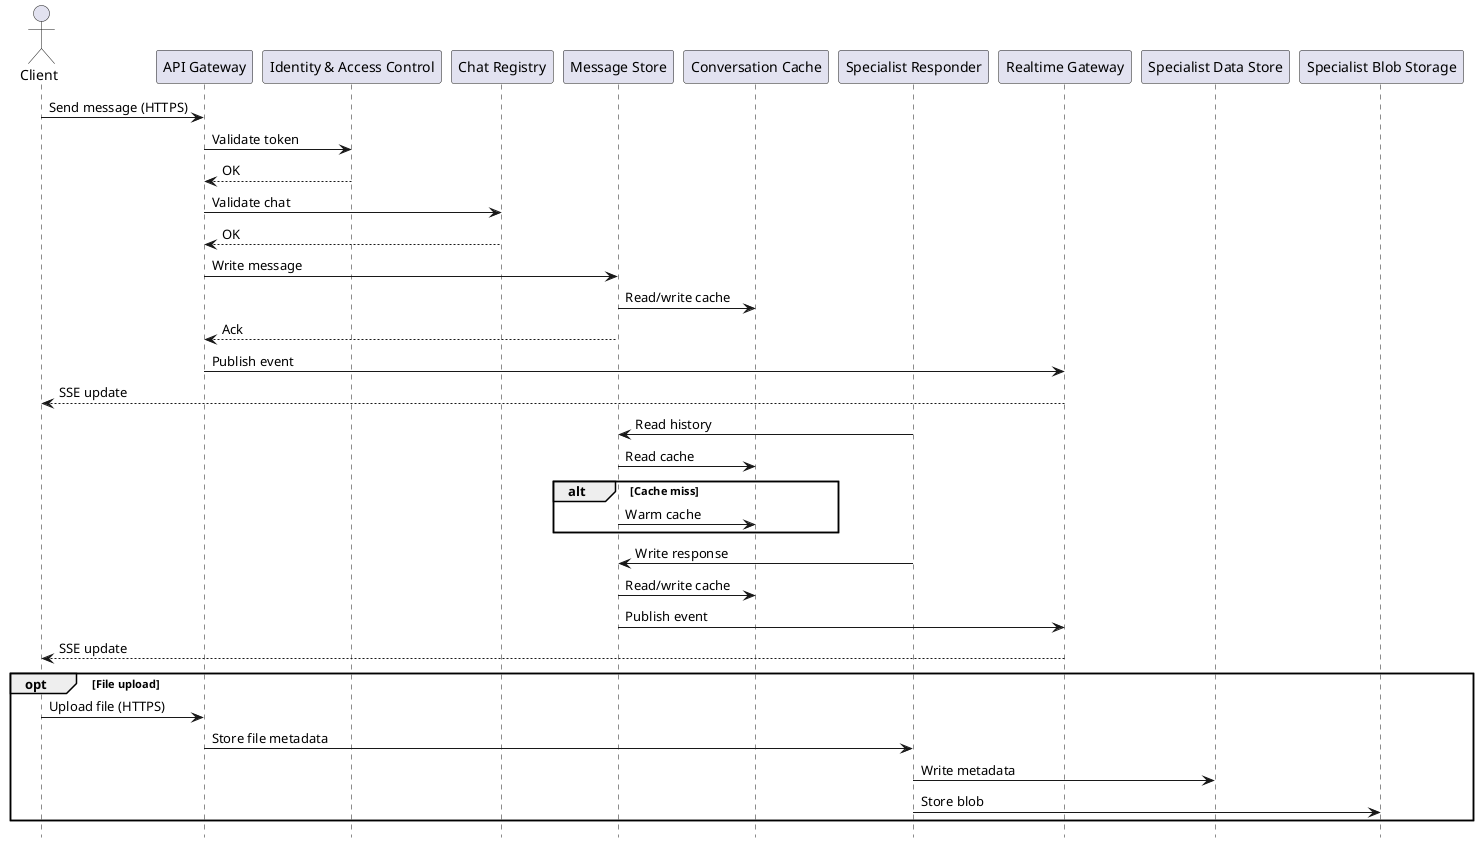
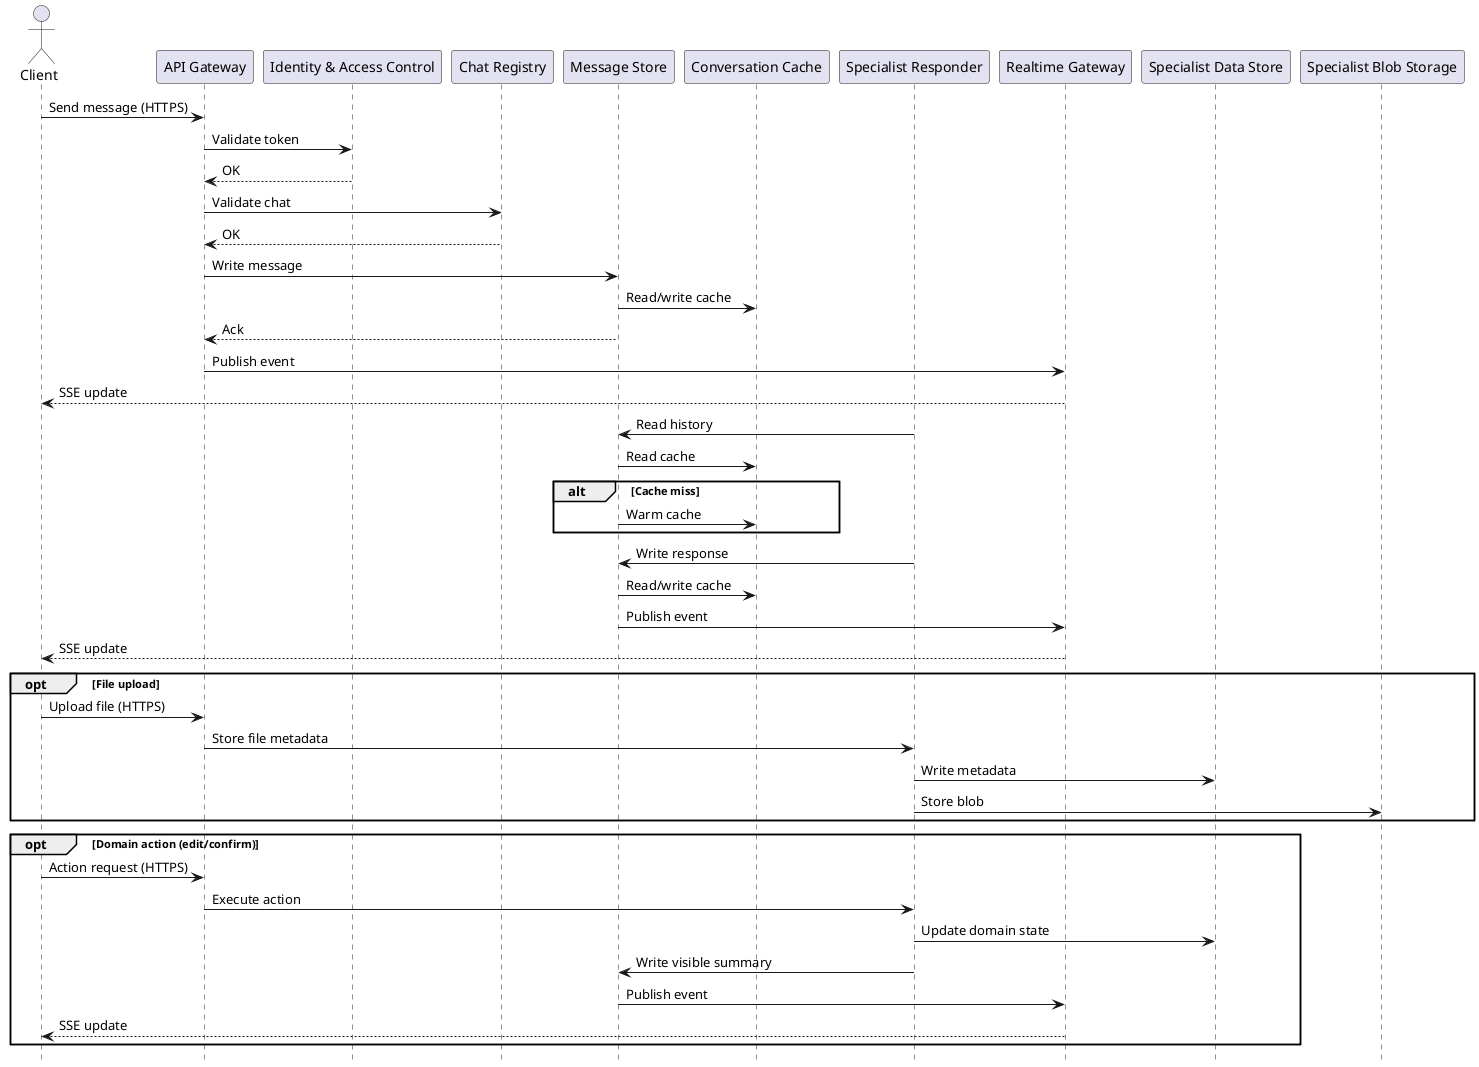
@startuml
hide footbox

actor Client
participant "API Gateway" as APIGW
participant "Identity & Access Control" as IAM
participant "Chat Registry" as ChatReg
participant "Message Store" as MsgStore
participant "Conversation Cache" as Cache
participant "Specialist Responder" as Specialist
participant "Realtime Gateway" as RTGW
participant "Specialist Data Store" as SpecDB
participant "Specialist Blob Storage" as SpecBlob

Client -> APIGW : Send message (HTTPS)
APIGW -> IAM : Validate token
IAM --> APIGW : OK
APIGW -> ChatReg : Validate chat
ChatReg --> APIGW : OK
APIGW -> MsgStore : Write message
MsgStore -> Cache : Read/write cache
MsgStore --> APIGW : Ack
APIGW -> RTGW : Publish event
RTGW --> Client : SSE update

Specialist -> MsgStore : Read history
MsgStore -> Cache : Read cache
alt Cache miss
  MsgStore -> Cache : Warm cache
end
Specialist -> MsgStore : Write response
MsgStore -> Cache : Read/write cache
MsgStore -> RTGW : Publish event
RTGW --> Client : SSE update

opt File upload
  Client -> APIGW : Upload file (HTTPS)
  APIGW -> Specialist : Store file metadata
  Specialist -> SpecDB : Write metadata
  Specialist -> SpecBlob : Store blob
end

+ opt Domain action (edit/confirm)
+   Client -> APIGW : Action request (HTTPS)
+   APIGW -> Specialist : Execute action
+   Specialist -> SpecDB : Update domain state
+   Specialist -> MsgStore : Write visible summary
+   MsgStore -> RTGW : Publish event
+   RTGW --> Client : SSE update
+ end
+ 
@enduml
